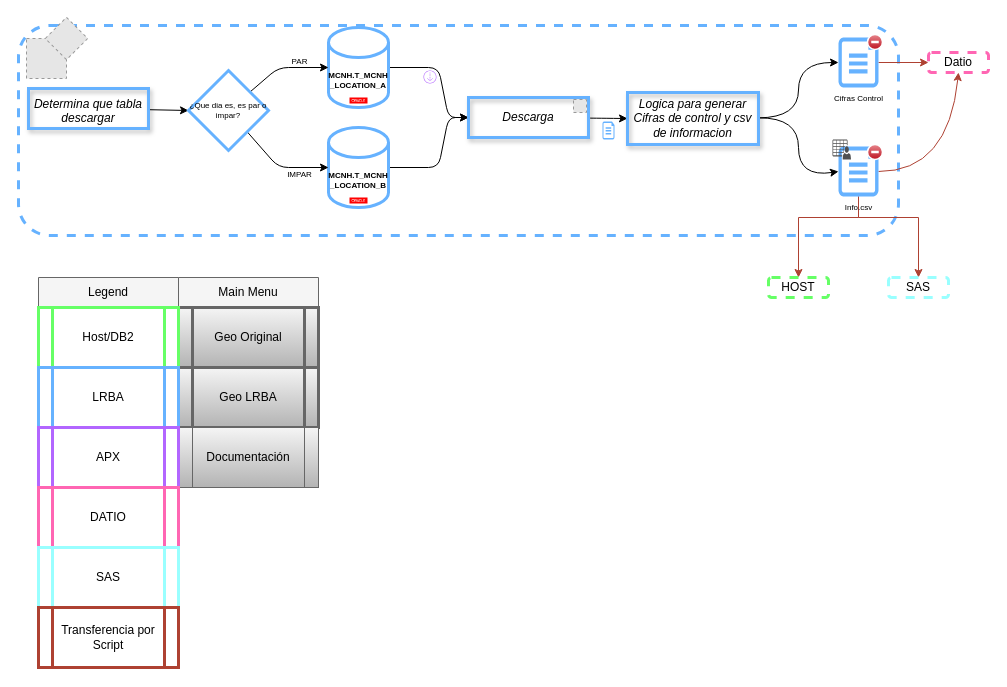
Before: page "LRBA" (3 of 3) of Geolocalizacion.drawio in AngelUndeveloped/Geolocalizacion_LRBA, a draw.io diagram. Source tidied: cells renumbered, new cells numbered last; positions are measured from the earlier drawing's top-left corner, leaving out a move shared by most shapes. Both pictures are drawn from the tidied source at 100%, with x=0, y=0 at pixel (18, 23). Pictures stored in the file or linked from it are replaced by grey dashed boxes.
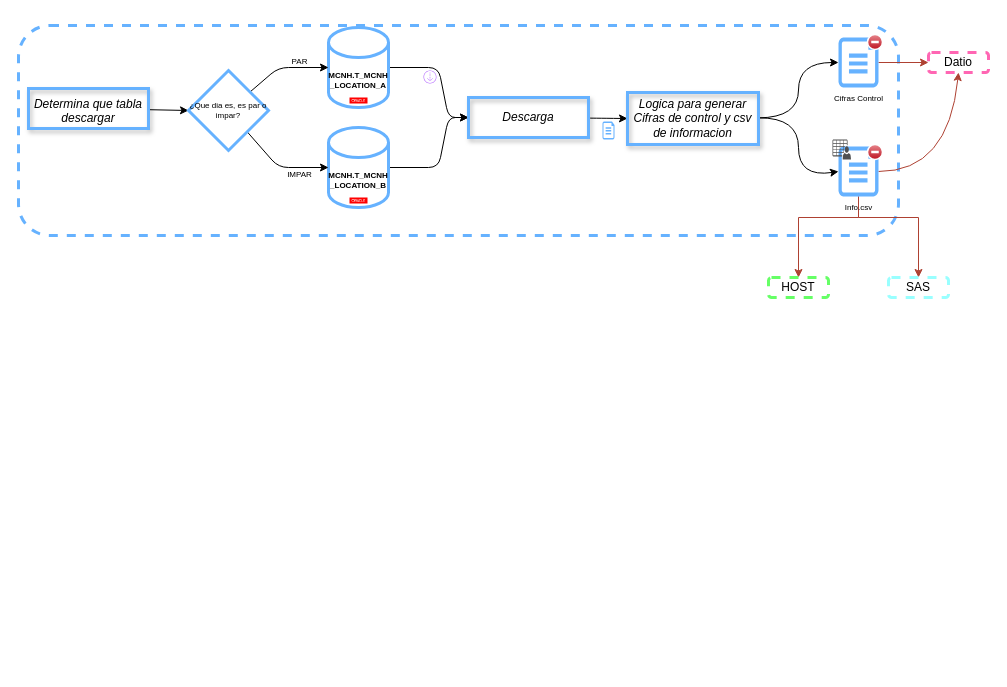
After the change.

Diff of the diagram source:
```diff
@@
-    <mxCell id="36" parent="0" />
-    <mxCell id="37" style="fillColor=#E6E6E6;strokeColor=#999999;dashed=1;verticalLabelPosition=bottom;labelBackgroundColor=default;verticalAlign=top;" parent="36" vertex="1">
-      <mxGeometry x="8" y="15" width="40" height="40" as="geometry" />
-    </mxCell>
-    <mxCell id="38" style="fillColor=#E6E6E6;strokeColor=#999999;dashed=1;verticalLabelPosition=bottom;labelBackgroundColor=default;verticalAlign=top;rotation=45;" parent="36" vertex="1">
-      <mxGeometry x="33" width="30" height="30" as="geometry" />
-    </mxCell>
-    <mxCell id="39" style="fillColor=#E6E6E6;strokeColor=#999999;dashed=1;verticalLabelPosition=bottom;labelBackgroundColor=default;verticalAlign=top;fontSize=8;fontColor=default;html=1;" parent="36" vertex="1">
-      <mxGeometry x="555" y="76" width="13" height="13" as="geometry" />
-    </mxCell>
-    <mxCell id="40" parent="0" />
-    <mxCell id="41" parent="0" />
-    <mxCell id="42" value="Main Menu" style="swimlane;fontStyle=0;horizontal=1;startSize=30;whiteSpace=wrap;html=1;fillColor=#f5f5f5;strokeColor=#666666;fontColor=#000000;" parent="41" vertex="1">
-      <mxGeometry x="160" y="254" width="140" height="210" as="geometry" />
-    </mxCell>
-    <mxCell id="43" value="Geo Original" style="shape=process;whiteSpace=wrap;html=1;backgroundOutline=1;rounded=0;glass=0;shadow=0;fixDash=0;fillColor=#f5f5f5;strokeColor=#666666;strokeWidth=3;gradientColor=#b3b3b3;" parent="42" vertex="1">
-      <mxGeometry y="30" width="140" height="60" as="geometry" />
-    </mxCell>
-    <mxCell id="44" value="Geo LRBA" style="shape=process;whiteSpace=wrap;html=1;backgroundOutline=1;fillColor=#f5f5f5;strokeColor=#666666;strokeWidth=3;gradientColor=#b3b3b3;" parent="42" vertex="1">
-      <mxGeometry y="90" width="140" height="60" as="geometry" />
-    </mxCell>
-    <mxCell id="45" value="Documentación" style="shape=process;whiteSpace=wrap;html=1;backgroundOutline=1;comic=0;enumerate=0;fillColor=#f5f5f5;gradientColor=#b3b3b3;strokeColor=#666666;" parent="42" vertex="1">
-      <mxGeometry y="150" width="140" height="60" as="geometry" />
-    </mxCell>
-    <mxCell id="46" value="Legend" style="swimlane;fontStyle=0;horizontal=1;startSize=30;whiteSpace=wrap;html=1;fillColor=#f5f5f5;strokeColor=#666666;fontColor=#000000;" parent="41" vertex="1">
-      <mxGeometry x="20" y="254" width="140" height="390" as="geometry" />
-    </mxCell>
-    <mxCell id="47" value="Host/DB2" style="shape=process;whiteSpace=wrap;html=1;backgroundOutline=1;rounded=0;glass=0;shadow=0;fixDash=0;fillColor=none;strokeColor=#66FF66;strokeWidth=3;" parent="46" vertex="1">
-      <mxGeometry y="30" width="140" height="60" as="geometry" />
-    </mxCell>
-    <mxCell id="48" value="LRBA" style="shape=process;whiteSpace=wrap;html=1;backgroundOutline=1;fillColor=none;strokeColor=#66B2FF;strokeWidth=3;" parent="46" vertex="1">
-      <mxGeometry y="90" width="140" height="60" as="geometry" />
-    </mxCell>
-    <mxCell id="49" value="APX" style="shape=process;whiteSpace=wrap;html=1;backgroundOutline=1;comic=0;enumerate=0;fillColor=none;strokeColor=#B266FF;strokeWidth=3;" parent="46" vertex="1">
-      <mxGeometry y="150" width="140" height="60" as="geometry" />
-    </mxCell>
-    <mxCell id="50" value="DATIO" style="shape=process;whiteSpace=wrap;html=1;backgroundOutline=1;comic=0;enumerate=0;fillColor=none;strokeColor=#FF66B3;strokeWidth=3;" parent="46" vertex="1">
-      <mxGeometry y="210" width="140" height="60" as="geometry" />
-    </mxCell>
-    <mxCell id="51" value="SAS" style="shape=process;whiteSpace=wrap;html=1;backgroundOutline=1;comic=0;enumerate=0;fillColor=none;strokeColor=#99FFFF;strokeWidth=3;" parent="46" vertex="1">
-      <mxGeometry y="270" width="140" height="60" as="geometry" />
-    </mxCell>
-    <mxCell id="52" value="Transferencia por Script" style="shape=process;whiteSpace=wrap;html=1;backgroundOutline=1;comic=0;enumerate=0;fillColor=none;strokeColor=#AE4132;strokeWidth=3;" parent="46" vertex="1">
-      <mxGeometry y="330" width="140" height="60" as="geometry" />
-    </mxCell>
```
